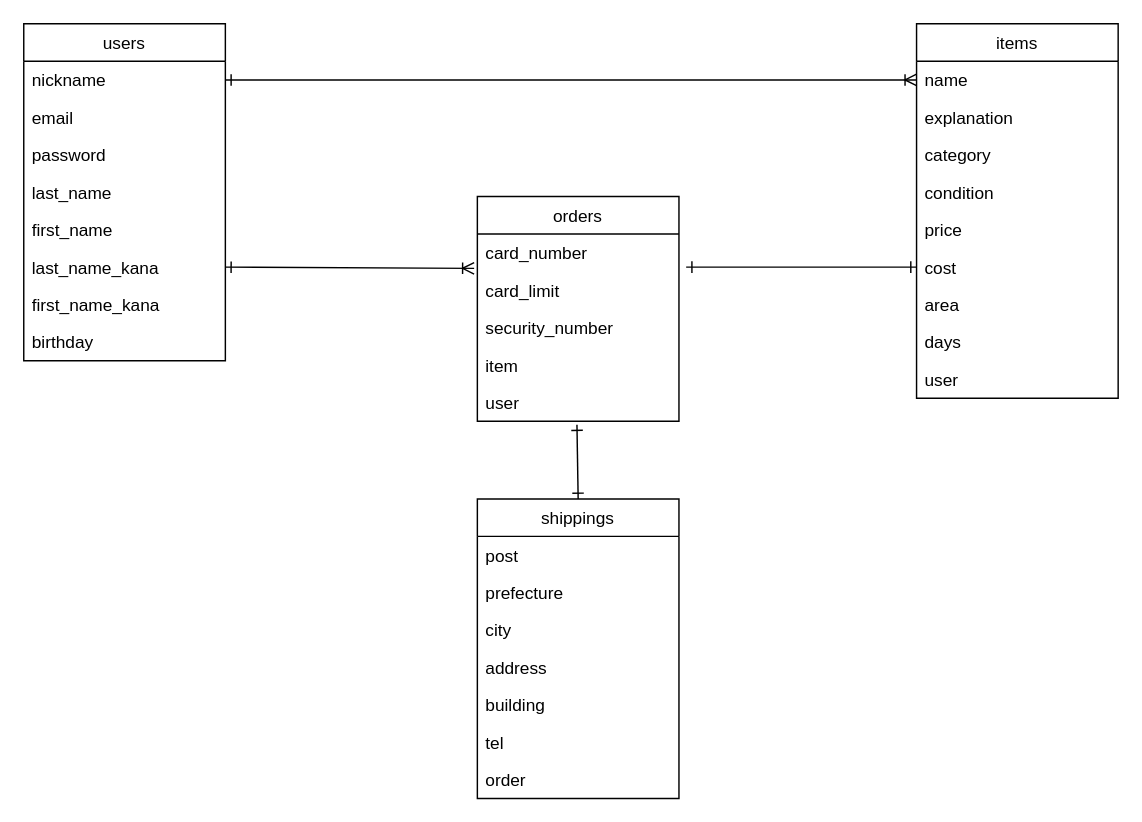
Above: furima-er.drawio in HirokiYagou/furima-33492 (draw.io), before the change. Source tidied: cells renumbered, new cells numbered last; positions are measured from the earlier drawing's top-left corner, leaving out a move shared by most shapes. Both pictures are drawn from the tidied source at 144%, with x=0, y=0 at pixel (23, 23).
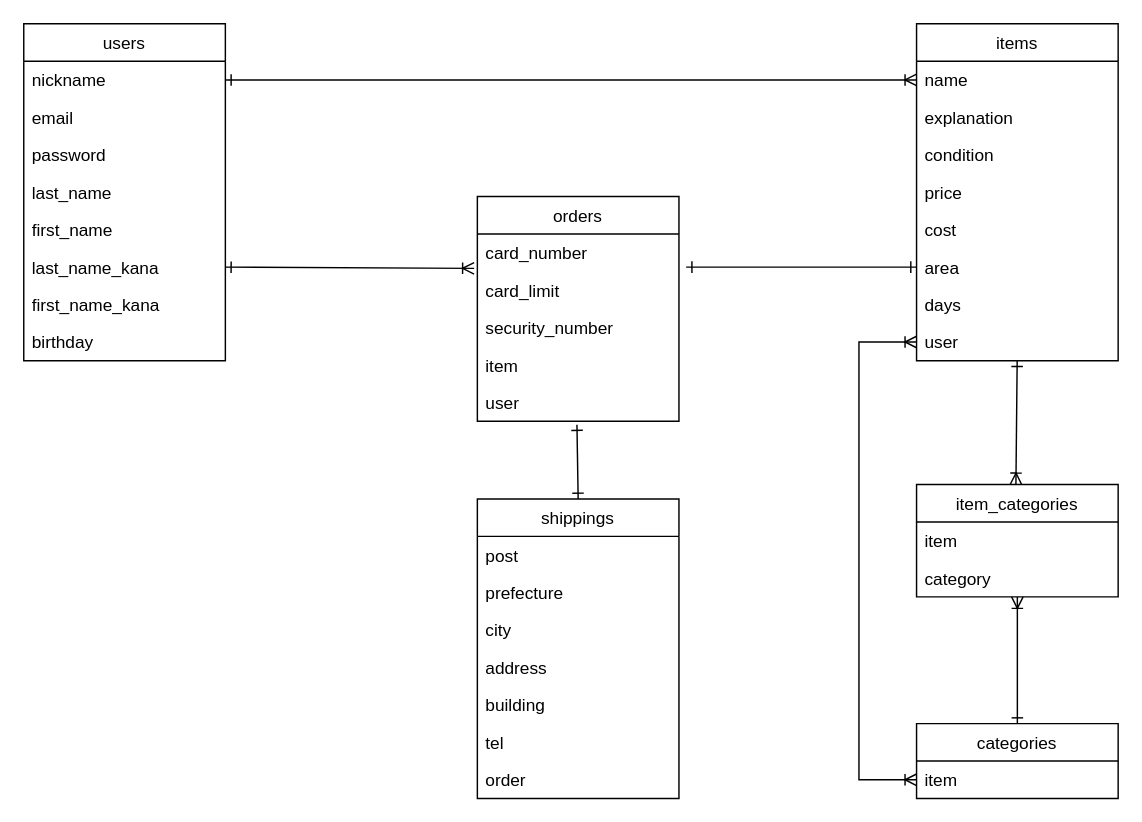
After the change.

The edit, as a diff of the source:
```diff
@@
     <mxCell id="11" value="items" style="swimlane;fontStyle=0;horizontal=1;startSize=26;fillColor=none;" parent="1" vertex="1">
-      <mxGeometry x="620" width="140" height="260" as="geometry" />
+      <mxGeometry x="620" width="140" height="234" as="geometry" />
     </mxCell>
@@
-    <mxCell id="14" value="category" style="text;strokeColor=none;fillColor=none;align=left;verticalAlign=top;spacingLeft=4;spacingRight=4;overflow=hidden;points=[[0,0.5],[1,0.5]];portConstraint=eastwest;" parent="11" vertex="1">
-      <mxGeometry y="78" width="140" height="26" as="geometry" />
-    </mxCell>
     <mxCell id="15" value="condition" style="text;strokeColor=none;fillColor=none;align=left;verticalAlign=top;spacingLeft=4;spacingRight=4;overflow=hidden;" parent="11" vertex="1">
-      <mxGeometry y="104" width="140" height="26" as="geometry" />
+      <mxGeometry y="78" width="140" height="26" as="geometry" />
     </mxCell>
     <mxCell id="16" value="price" style="text;strokeColor=none;fillColor=none;align=left;verticalAlign=top;spacingLeft=4;spacingRight=4;overflow=hidden;" parent="11" vertex="1">
-      <mxGeometry y="130" width="140" height="26" as="geometry" />
+      <mxGeometry y="104" width="140" height="26" as="geometry" />
     </mxCell>
     <mxCell id="17" value="cost" style="text;strokeColor=none;fillColor=none;align=left;verticalAlign=top;spacingLeft=4;spacingRight=4;overflow=hidden;points=[[0,0.5],[1,0.5]];portConstraint=eastwest;" parent="11" vertex="1">
-      <mxGeometry y="156" width="140" height="26" as="geometry" />
+      <mxGeometry y="130" width="140" height="26" as="geometry" />
     </mxCell>
     <mxCell id="18" value="area" style="text;strokeColor=none;fillColor=none;align=left;verticalAlign=top;spacingLeft=4;spacingRight=4;overflow=hidden;points=[[0,0.5],[1,0.5]];portConstraint=eastwest;" parent="11" vertex="1">
-      <mxGeometry y="182" width="140" height="26" as="geometry" />
+      <mxGeometry y="156" width="140" height="26" as="geometry" />
     </mxCell>
     <mxCell id="19" value="days" style="text;strokeColor=none;fillColor=none;align=left;verticalAlign=top;spacingLeft=4;spacingRight=4;overflow=hidden;" parent="11" vertex="1">
-      <mxGeometry y="208" width="140" height="26" as="geometry" />
+      <mxGeometry y="182" width="140" height="26" as="geometry" />
     </mxCell>
     <mxCell id="20" value="user" style="text;strokeColor=none;fillColor=none;align=left;verticalAlign=top;spacingLeft=4;spacingRight=4;overflow=hidden;points=[[0,0.5],[1,0.5]];portConstraint=eastwest;" parent="11" vertex="1">
-      <mxGeometry y="234" width="140" height="26" as="geometry" />
+      <mxGeometry y="208" width="140" height="26" as="geometry" />
     </mxCell>
@@
-    <mxCell id="28" style="endArrow=ERone;html=1;entryX=0;entryY=0.5;entryDx=0;entryDy=0;startArrow=ERone;startFill=0;endFill=0;" parent="1" edge="1" target="17">
+    <mxCell id="28" style="endArrow=ERone;html=1;entryX=0;entryY=0.5;entryDx=0;entryDy=0;startArrow=ERone;startFill=0;endFill=0;" parent="1" edge="1" target="18">
       <mxGeometry relative="1" as="geometry">
         <mxPoint x="460" y="169" as="sourcePoint" />
       </mxGeometry>
     </mxCell>
@@
+    <mxCell id="39" value="categories" style="swimlane;fontStyle=0;horizontal=1;startSize=26;fillColor=none;" parent="1" vertex="1">
+      <mxGeometry x="620" y="486" width="140" height="52" as="geometry" />
+    </mxCell>
+    <mxCell id="40" value="item" style="text;strokeColor=none;fillColor=none;align=left;verticalAlign=top;spacingLeft=4;spacingRight=4;overflow=hidden;points=[[0,0.5],[1,0.5]];portConstraint=eastwest;" parent="39" vertex="1">
+      <mxGeometry y="26" width="140" height="26" as="geometry" />
+    </mxCell>
+    <mxCell id="41" value="item_categories" style="swimlane;fontStyle=0;horizontal=1;startSize=26;fillColor=none;" parent="1" vertex="1">
+      <mxGeometry x="620" y="320" width="140" height="78" as="geometry" />
+    </mxCell>
+    <mxCell id="42" value="item" style="text;strokeColor=none;fillColor=none;align=left;verticalAlign=top;spacingLeft=4;spacingRight=4;overflow=hidden;" parent="41" vertex="1">
+      <mxGeometry y="26" width="140" height="26" as="geometry" />
+    </mxCell>
+    <mxCell id="14" value="category" style="text;strokeColor=none;fillColor=none;align=left;verticalAlign=top;spacingLeft=4;spacingRight=4;overflow=hidden;points=[[0,0.5],[1,0.5]];portConstraint=eastwest;" parent="41" vertex="1">
+      <mxGeometry y="52" width="140" height="26" as="geometry" />
+    </mxCell>
+    <mxCell id="43" style="endArrow=ERone;startArrow=ERoneToMany;html=1;startFill=0;endFill=0;" parent="1" edge="1" target="20">
+      <mxGeometry relative="1" as="geometry">
+        <mxPoint x="689" y="320" as="sourcePoint" />
+      </mxGeometry>
+    </mxCell>
+    <mxCell id="44" style="endArrow=ERone;startArrow=ERoneToMany;html=1;startFill=0;endFill=0;" parent="1" edge="1" source="14" target="39">
+      <mxGeometry relative="1" as="geometry" />
+    </mxCell>
+    <mxCell id="45" style="endArrow=ERoneToMany;html=1;entryX=0;entryY=0.5;entryDx=0;entryDy=0;exitX=0;exitY=0.5;exitDx=0;exitDy=0;startArrow=ERoneToMany;startFill=0;endFill=0;rounded=0;" parent="1" edge="1" source="40" target="20">
+      <mxGeometry relative="1" as="geometry">
+        <Array as="points">
+          <mxPoint x="580" y="525" />
+          <mxPoint x="580" y="221" />
+        </Array>
+      </mxGeometry>
+    </mxCell>
```
